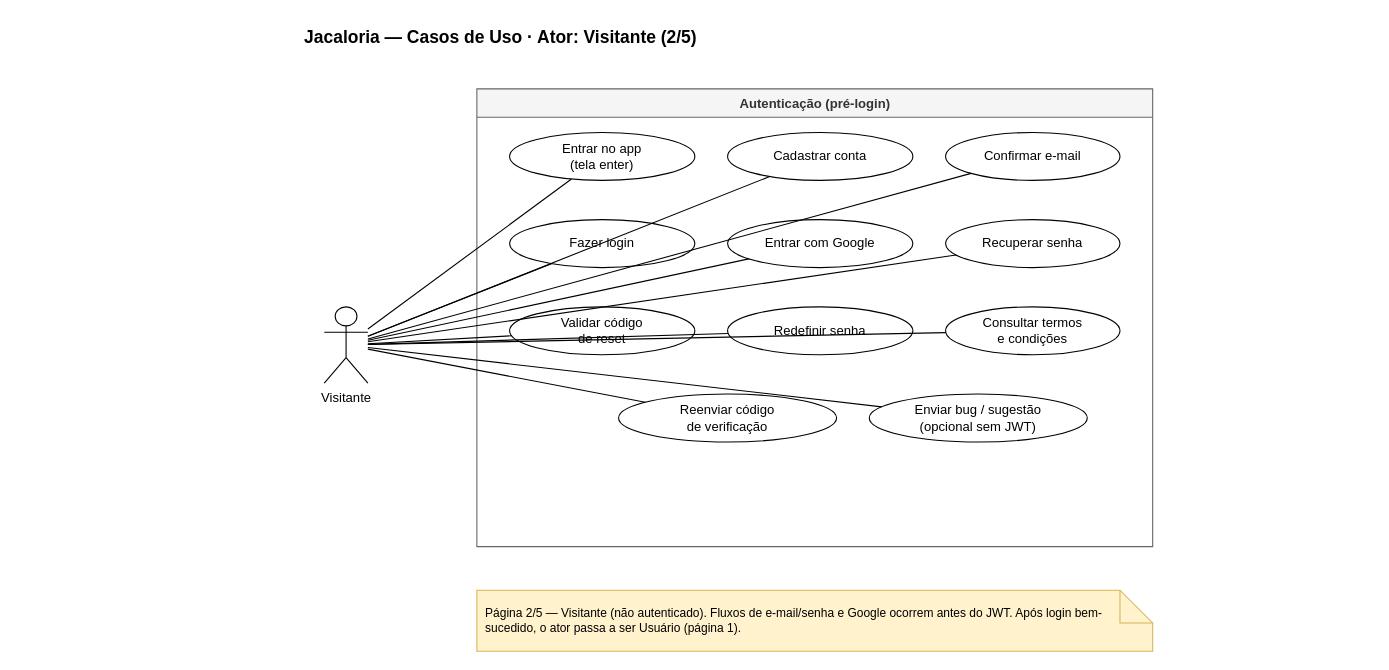
Before: page "Visitante" (2 of 4) of frontend/CasosDeUso.drawio in israelhub/JacalorIA-CONTADOR-DE-CALORIAS, a draw.io diagram. Source tidied: cells renumbered, new cells numbered last; positions are measured from the earlier drawing's top-left corner, leaving out a move shared by most shapes. Both pictures are drawn from the tidied source at 109%, with x=0, y=0 at pixel (302, 19).
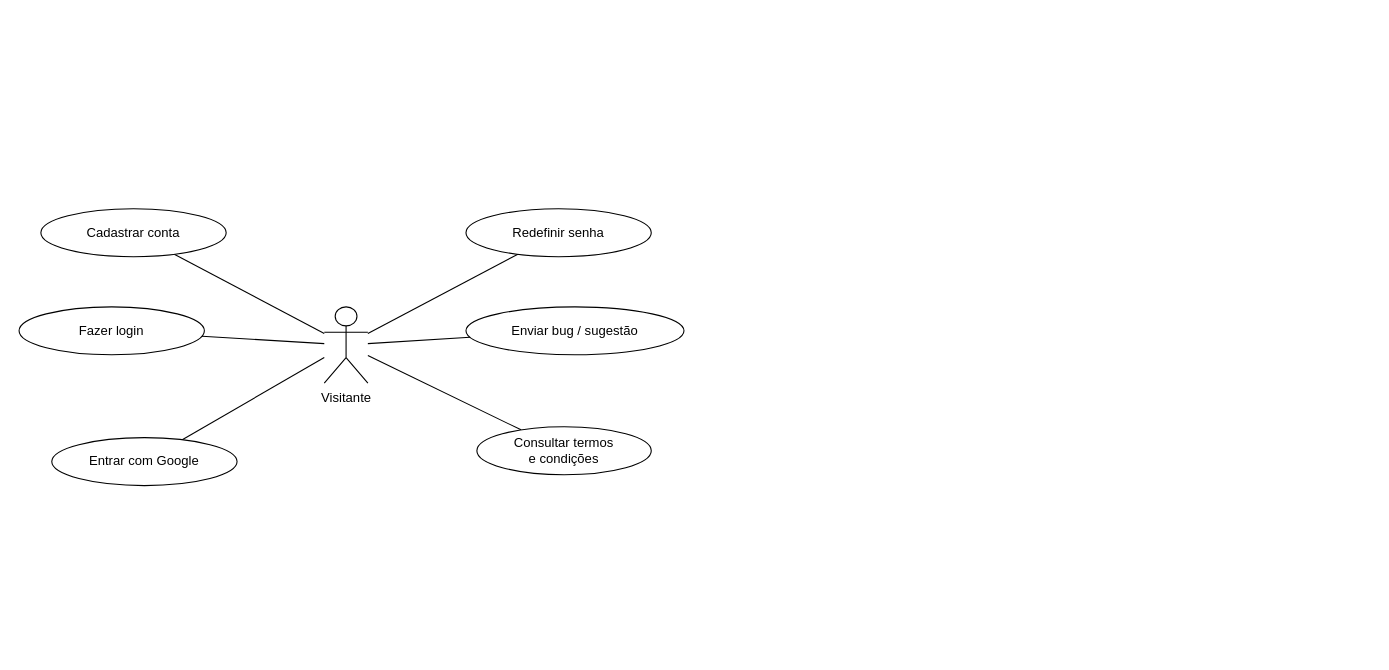
The same page after the edit.

The change refers to these unchanged cells:
```xml
<mxCell id="3" value="Visitante" style="shape=umlActor;verticalLabelPosition=bottom;verticalAlign=top;html=1;outlineConnect=0;" parent="1" vertex="1">
  <mxGeometry x="20" y="264" width="40" height="70" as="geometry" />
</mxCell>
```

What changed in the source:
```diff
@@
-    <mxCell id="2" value="Jacaloria — Casos de Uso · Ator: Visitante (2/5)" style="text;html=1;strokeColor=none;fillColor=none;align=left;fontStyle=1;fontSize=16;" parent="1" vertex="1">
-      <mxGeometry width="980" height="28" as="geometry" />
-    </mxCell>
@@
-    <mxCell id="4" value="Autenticação (pré-login)" style="swimlane;fontStyle=1;align=center;verticalAlign=top;startSize=26;fillColor=#f5f5f5;strokeColor=#666666;fontColor=#333333;html=1;" parent="1" vertex="1">
-      <mxGeometry x="160" y="64" width="620" height="420" as="geometry" />
-    </mxCell>
-    <mxCell id="5" value="Entrar no app&#10;(tela enter)" style="ellipse;whiteSpace=wrap;html=1;" parent="4" vertex="1">
-      <mxGeometry x="30" y="40" width="170" height="44" as="geometry" />
-    </mxCell>
+    <mxCell id="17" style="endArrow=none;html=1;rounded=0;strokeWidth=1;" parent="1" edge="1" source="3" target="6">
+      <mxGeometry relative="1" as="geometry" />
+    </mxCell>
+    <mxCell id="19" style="endArrow=none;html=1;rounded=0;strokeWidth=1;" parent="1" edge="1" source="3" target="8">
+      <mxGeometry relative="1" as="geometry" />
+    </mxCell>
+    <mxCell id="20" style="endArrow=none;html=1;rounded=0;strokeWidth=1;" parent="1" edge="1" source="3" target="9">
+      <mxGeometry relative="1" as="geometry" />
+    </mxCell>
+    <mxCell id="23" style="endArrow=none;html=1;rounded=0;strokeWidth=1;" parent="1" edge="1" source="3" target="12">
+      <mxGeometry relative="1" as="geometry" />
+    </mxCell>
+    <mxCell id="24" style="endArrow=none;html=1;rounded=0;strokeWidth=1;" parent="1" edge="1" source="3" target="13">
+      <mxGeometry relative="1" as="geometry" />
+    </mxCell>
+    <mxCell id="26" style="endArrow=none;html=1;rounded=0;strokeWidth=1;" parent="1" edge="1" source="3" target="15">
+      <mxGeometry relative="1" as="geometry" />
+    </mxCell>
-    <mxCell id="6" value="Cadastrar conta" style="ellipse;whiteSpace=wrap;html=1;" parent="4" vertex="1">
-      <mxGeometry x="230" y="40" width="170" height="44" as="geometry" />
+    <mxCell id="6" value="Cadastrar conta" style="ellipse;whiteSpace=wrap;html=1;" parent="1" vertex="1">
+      <mxGeometry x="-240" y="174" width="170" height="44" as="geometry" />
     </mxCell>
-    <mxCell id="7" value="Confirmar e-mail" style="ellipse;whiteSpace=wrap;html=1;" parent="4" vertex="1">
-      <mxGeometry x="430" y="40" width="160" height="44" as="geometry" />
-    </mxCell>
-    <mxCell id="8" value="Fazer login" style="ellipse;whiteSpace=wrap;html=1;" parent="4" vertex="1">
-      <mxGeometry x="30" y="120" width="170" height="44" as="geometry" />
+    <mxCell id="8" value="Fazer login" style="ellipse;whiteSpace=wrap;html=1;" parent="1" vertex="1">
+      <mxGeometry x="-260" y="264" width="170" height="44" as="geometry" />
     </mxCell>
-    <mxCell id="9" value="Entrar com Google" style="ellipse;whiteSpace=wrap;html=1;" parent="4" vertex="1">
-      <mxGeometry x="230" y="120" width="170" height="44" as="geometry" />
+    <mxCell id="9" value="Entrar com Google" style="ellipse;whiteSpace=wrap;html=1;" parent="1" vertex="1">
+      <mxGeometry x="-230" y="384" width="170" height="44" as="geometry" />
     </mxCell>
-    <mxCell id="10" value="Recuperar senha" style="ellipse;whiteSpace=wrap;html=1;" parent="4" vertex="1">
-      <mxGeometry x="430" y="120" width="160" height="44" as="geometry" />
-    </mxCell>
-    <mxCell id="11" value="Validar código&#10;de reset" style="ellipse;whiteSpace=wrap;html=1;" parent="4" vertex="1">
-      <mxGeometry x="30" y="200" width="170" height="44" as="geometry" />
-    </mxCell>
-    <mxCell id="12" value="Redefinir senha" style="ellipse;whiteSpace=wrap;html=1;" parent="4" vertex="1">
-      <mxGeometry x="230" y="200" width="170" height="44" as="geometry" />
+    <mxCell id="12" value="Redefinir senha" style="ellipse;whiteSpace=wrap;html=1;" parent="1" vertex="1">
+      <mxGeometry x="150" y="174" width="170" height="44" as="geometry" />
     </mxCell>
-    <mxCell id="13" value="Consultar termos&#10;e condições" style="ellipse;whiteSpace=wrap;html=1;" parent="4" vertex="1">
-      <mxGeometry x="430" y="200" width="160" height="44" as="geometry" />
+    <mxCell id="13" value="Consultar termos&#10;e condições" style="ellipse;whiteSpace=wrap;html=1;" parent="1" vertex="1">
+      <mxGeometry x="160" y="374" width="160" height="44" as="geometry" />
     </mxCell>
-    <mxCell id="14" value="Reenviar código&#10;de verificação" style="ellipse;whiteSpace=wrap;html=1;" parent="4" vertex="1">
-      <mxGeometry x="130" y="280" width="200" height="44" as="geometry" />
-    </mxCell>
-    <mxCell id="15" value="Enviar bug / sugestão&#10;(opcional sem JWT)" style="ellipse;whiteSpace=wrap;html=1;" parent="4" vertex="1">
-      <mxGeometry x="360" y="280" width="200" height="44" as="geometry" />
+    <mxCell id="15" value="Enviar bug / sugestão" style="ellipse;whiteSpace=wrap;html=1;" parent="1" vertex="1">
+      <mxGeometry x="150" y="264" width="200" height="44" as="geometry" />
     </mxCell>
-    <mxCell id="16" style="endArrow=none;html=1;rounded=0;strokeWidth=1;" parent="1" edge="1" source="3" target="5">
-      <mxGeometry relative="1" as="geometry" />
-    </mxCell>
-    <mxCell id="17" style="endArrow=none;html=1;rounded=0;strokeWidth=1;" parent="1" edge="1" source="3" target="6">
-      <mxGeometry relative="1" as="geometry" />
-    </mxCell>
-    <mxCell id="18" style="endArrow=none;html=1;rounded=0;strokeWidth=1;" parent="1" edge="1" source="3" target="7">
-      <mxGeometry relative="1" as="geometry" />
-    </mxCell>
-    <mxCell id="19" style="endArrow=none;html=1;rounded=0;strokeWidth=1;" parent="1" edge="1" source="3" target="8">
-      <mxGeometry relative="1" as="geometry" />
-    </mxCell>
-    <mxCell id="20" style="endArrow=none;html=1;rounded=0;strokeWidth=1;" parent="1" edge="1" source="3" target="9">
-      <mxGeometry relative="1" as="geometry" />
-    </mxCell>
-    <mxCell id="21" style="endArrow=none;html=1;rounded=0;strokeWidth=1;" parent="1" edge="1" source="3" target="10">
-      <mxGeometry relative="1" as="geometry" />
-    </mxCell>
-    <mxCell id="22" style="endArrow=none;html=1;rounded=0;strokeWidth=1;" parent="1" edge="1" source="3" target="11">
-      <mxGeometry relative="1" as="geometry" />
-    </mxCell>
-    <mxCell id="23" style="endArrow=none;html=1;rounded=0;strokeWidth=1;" parent="1" edge="1" source="3" target="12">
-      <mxGeometry relative="1" as="geometry" />
-    </mxCell>
-    <mxCell id="24" style="endArrow=none;html=1;rounded=0;strokeWidth=1;" parent="1" edge="1" source="3" target="13">
-      <mxGeometry relative="1" as="geometry" />
-    </mxCell>
-    <mxCell id="25" style="endArrow=none;html=1;rounded=0;strokeWidth=1;" parent="1" edge="1" source="3" target="14">
-      <mxGeometry relative="1" as="geometry" />
-    </mxCell>
-    <mxCell id="26" style="endArrow=none;html=1;rounded=0;strokeWidth=1;" parent="1" edge="1" source="3" target="15">
-      <mxGeometry relative="1" as="geometry" />
-    </mxCell>
-    <mxCell id="27" value="Página 2/5 — Visitante (não autenticado). Fluxos de e-mail/senha e Google ocorrem antes do JWT. Após login bem-sucedido, o ator passa a ser Usuário (página 1)." style="shape=note;whiteSpace=wrap;html=1;fillColor=#fff2cc;strokeColor=#d6b656;fontSize=11;align=left;spacingLeft=6;" parent="1" vertex="1">
-      <mxGeometry x="160" y="524" width="620" height="56" as="geometry" />
-    </mxCell>
```
